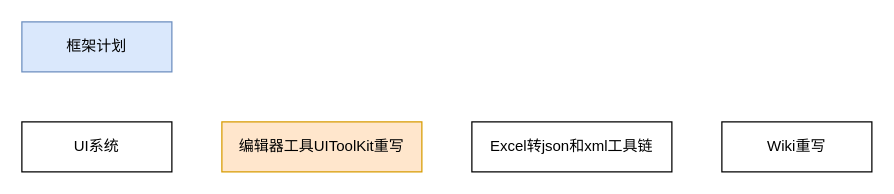
This is page "框架计划" (1 of 4) of 框架设计流程图.drawio from Josh-Jun/UnityAppFramework, a draw.io file, before an edit. Source tidied: cells renumbered, new cells numbered last; positions are measured from the earlier drawing's top-left corner, leaving out a move shared by most shapes. Both pictures are drawn from the tidied source at 125%, with x=0, y=0 at pixel (21, 21).
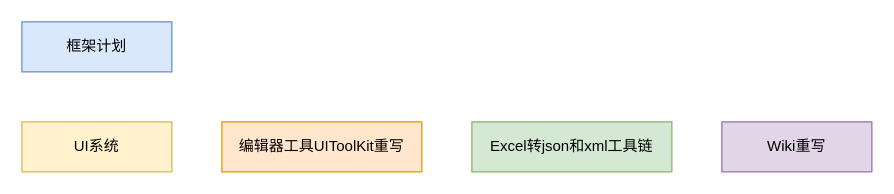
Above is the later version.

Diff of the diagram source:
```diff
@@
 <mxGraphModel>
   <root>
     <mxCell id="0" />
     <mxCell id="1" parent="0" />
     <mxCell id="2" value="框架计划" style="rounded=0;whiteSpace=wrap;html=1;fillColor=#dae8fc;strokeColor=#6c8ebf;" parent="1" vertex="1">
       <mxGeometry width="120" height="40" as="geometry" />
     </mxCell>
-    <mxCell id="3" value="UI系统" style="rounded=0;whiteSpace=wrap;html=1;" parent="1" vertex="1">
+    <mxCell id="3" value="UI系统" style="rounded=0;whiteSpace=wrap;html=1;fillColor=#fff2cc;strokeColor=#d6b656;" parent="1" vertex="1">
       <mxGeometry y="80" width="120" height="40" as="geometry" />
     </mxCell>
     <mxCell id="4" value="编辑器工具UIToolKit重写" style="rounded=0;whiteSpace=wrap;html=1;fillColor=#ffe6cc;strokeColor=#d79b00;" parent="1" vertex="1">
       <mxGeometry x="160" y="80" width="160" height="40" as="geometry" />
     </mxCell>
-    <mxCell id="5" value="Excel转json和xml工具链" style="rounded=0;whiteSpace=wrap;html=1;" parent="1" vertex="1">
+    <mxCell id="5" value="Excel转json和xml工具链" style="rounded=0;whiteSpace=wrap;html=1;fillColor=#d5e8d4;strokeColor=#82b366;" parent="1" vertex="1">
       <mxGeometry x="360" y="80" width="160" height="40" as="geometry" />
     </mxCell>
-    <mxCell id="6" value="Wiki重写" style="rounded=0;whiteSpace=wrap;html=1;" parent="1" vertex="1">
+    <mxCell id="6" value="Wiki重写" style="rounded=0;whiteSpace=wrap;html=1;fillColor=#e1d5e7;strokeColor=#9673a6;" parent="1" vertex="1">
       <mxGeometry x="560" y="80" width="120" height="40" as="geometry" />
     </mxCell>
   </root>
 </mxGraphModel>
```
